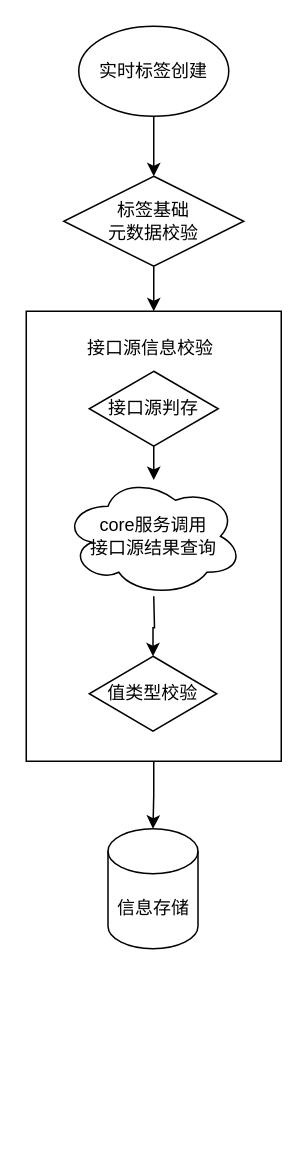
This is 实时标签创建流程图.drawio from 1418956397/JavaWeb-Project-Source-Share, a draw.io file, before an edit. Source tidied: cells renumbered, new cells numbered last; positions are measured from the earlier drawing's top-left corner, leaving out a move shared by most shapes. Both pictures are drawn from the tidied source at 150%, with x=0, y=0 at pixel (26, 26).
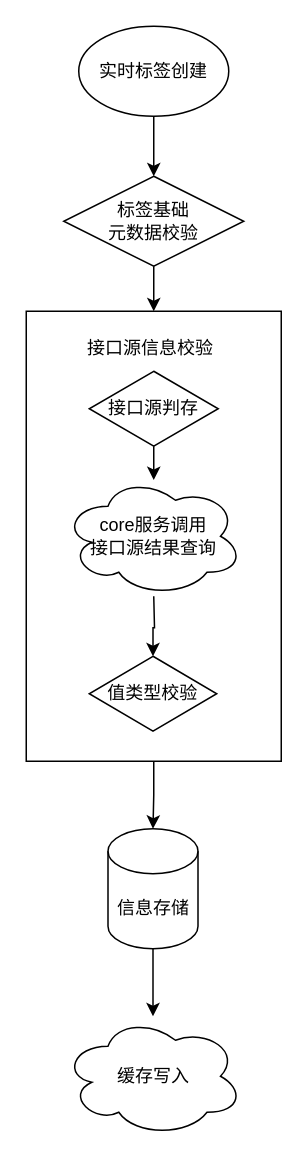
Above is the later version.

Commit message (it also covers changes not shown here):
更新实时标签创建流程图.drawio

The edit, as a diff of the source:
```diff
@@
 <mxGraphModel>
   <root>
     <mxCell id="0" />
     <mxCell id="1" parent="0" />
     <mxCell id="2" style="edgeStyle=orthogonalEdgeStyle;rounded=0;jettySize=auto;html=1;" parent="1" edge="1" source="3" target="5">
       <mxGeometry relative="1" as="geometry" />
     </mxCell>
     <mxCell id="3" value="实时标签创建" style="ellipse;whiteSpace=wrap;html=1;" parent="1" vertex="1">
       <mxGeometry x="35" width="100" height="60" as="geometry" />
     </mxCell>
     <mxCell id="4" style="edgeStyle=orthogonalEdgeStyle;rounded=0;jettySize=auto;html=1;" parent="1" edge="1" source="5" target="7">
       <mxGeometry relative="1" as="geometry" />
     </mxCell>
     <mxCell id="5" value="标签基础&lt;div&gt;元数据&lt;span style=&quot;background-color: transparent; color: light-dark(rgb(0, 0, 0), rgb(255, 255, 255));&quot;&gt;校验&lt;/span&gt;&lt;/div&gt;" style="rhombus;whiteSpace=wrap;html=1;" parent="1" vertex="1">
       <mxGeometry x="25" y="100" width="120" height="60" as="geometry" />
     </mxCell>
     <mxCell id="6" style="edgeStyle=orthogonalEdgeStyle;rounded=0;jettySize=auto;html=1;" parent="1" edge="1" source="7" target="13">
       <mxGeometry relative="1" as="geometry" />
     </mxCell>
     <mxCell id="7" style="whiteSpace=wrap;html=1;" parent="1" vertex="1">
       <mxGeometry y="190" width="170" height="300" as="geometry" />
     </mxCell>
     <mxCell id="8" value="接口源信息校验" style="text;strokeColor=none;fillColor=none;align=left;verticalAlign=middle;spacingLeft=4;spacingRight=4;overflow=hidden;whiteSpace=wrap;html=1;" parent="1" vertex="1">
       <mxGeometry x="35" y="200" width="100" height="30" as="geometry" />
     </mxCell>
     <mxCell id="9" style="edgeStyle=orthogonalEdgeStyle;rounded=0;jettySize=auto;html=1;" parent="1" edge="1" source="10">
       <mxGeometry relative="1" as="geometry">
         <mxPoint x="85" y="302.5" as="targetPoint" />
       </mxGeometry>
     </mxCell>
     <mxCell id="10" value="接口源判存" style="rhombus;whiteSpace=wrap;html=1;" parent="1" vertex="1">
       <mxGeometry x="42" y="230" width="86" height="50" as="geometry" />
     </mxCell>
     <mxCell id="11" style="edgeStyle=orthogonalEdgeStyle;rounded=0;jettySize=auto;html=1;" parent="1" edge="1" target="12">
       <mxGeometry relative="1" as="geometry">
         <mxPoint x="85" y="380" as="sourcePoint" />
       </mxGeometry>
     </mxCell>
     <mxCell id="12" value="值类型校验" style="rhombus;whiteSpace=wrap;html=1;" parent="1" vertex="1">
       <mxGeometry x="42" y="420" width="85" height="50" as="geometry" />
     </mxCell>
+    <mxCell id="15" style="edgeStyle=orthogonalEdgeStyle;rounded=0;jettySize=auto;html=1;" parent="1" edge="1" source="13" target="16">
+      <mxGeometry relative="1" as="geometry" />
+    </mxCell>
     <mxCell id="13" value="信息存储" style="shape=cylinder3;whiteSpace=wrap;html=1;boundedLbl=1;backgroundOutline=1;size=15;" parent="1" vertex="1">
       <mxGeometry x="54.5" y="535" width="60" height="80" as="geometry" />
     </mxCell>
     <mxCell id="14" value="core服务调用&lt;div&gt;接口源结果查询&lt;/div&gt;" style="ellipse;shape=cloud;whiteSpace=wrap;html=1;" parent="1" vertex="1">
       <mxGeometry x="24.5" y="300" width="120" height="80" as="geometry" />
     </mxCell>
+    <mxCell id="16" value="缓存写入" style="ellipse;shape=cloud;whiteSpace=wrap;html=1;" parent="1" vertex="1">
+      <mxGeometry x="24.5" y="660" width="120" height="80" as="geometry" />
+    </mxCell>
   </root>
 </mxGraphModel>
```
